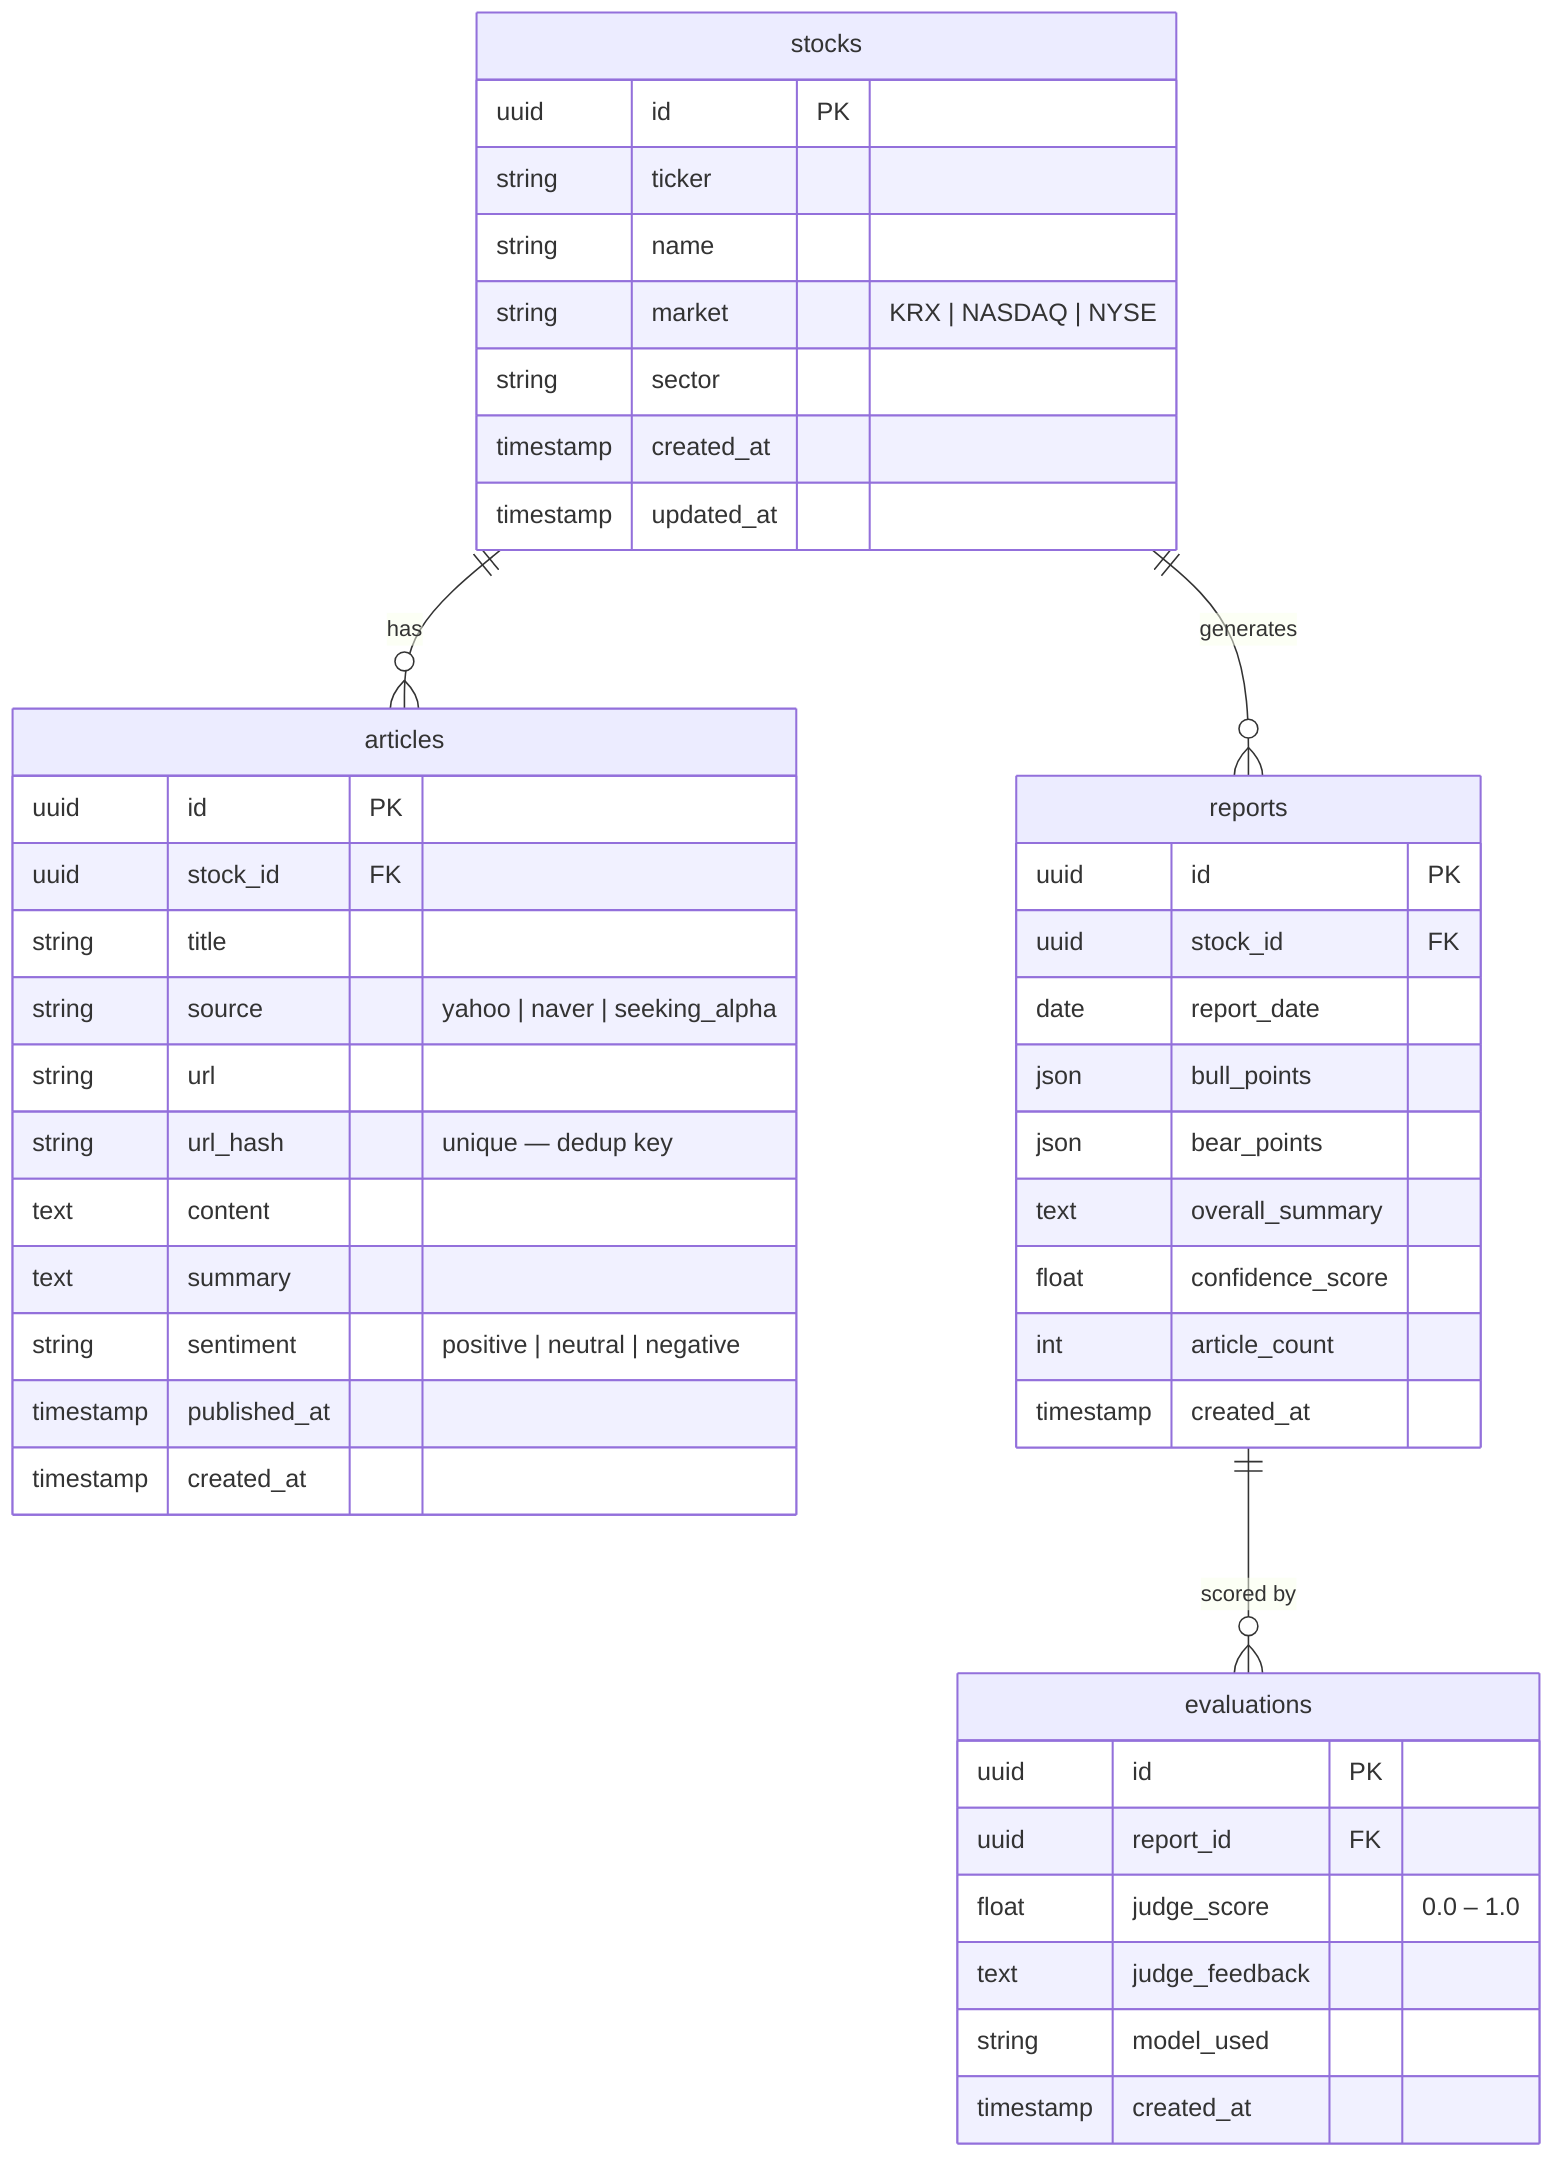
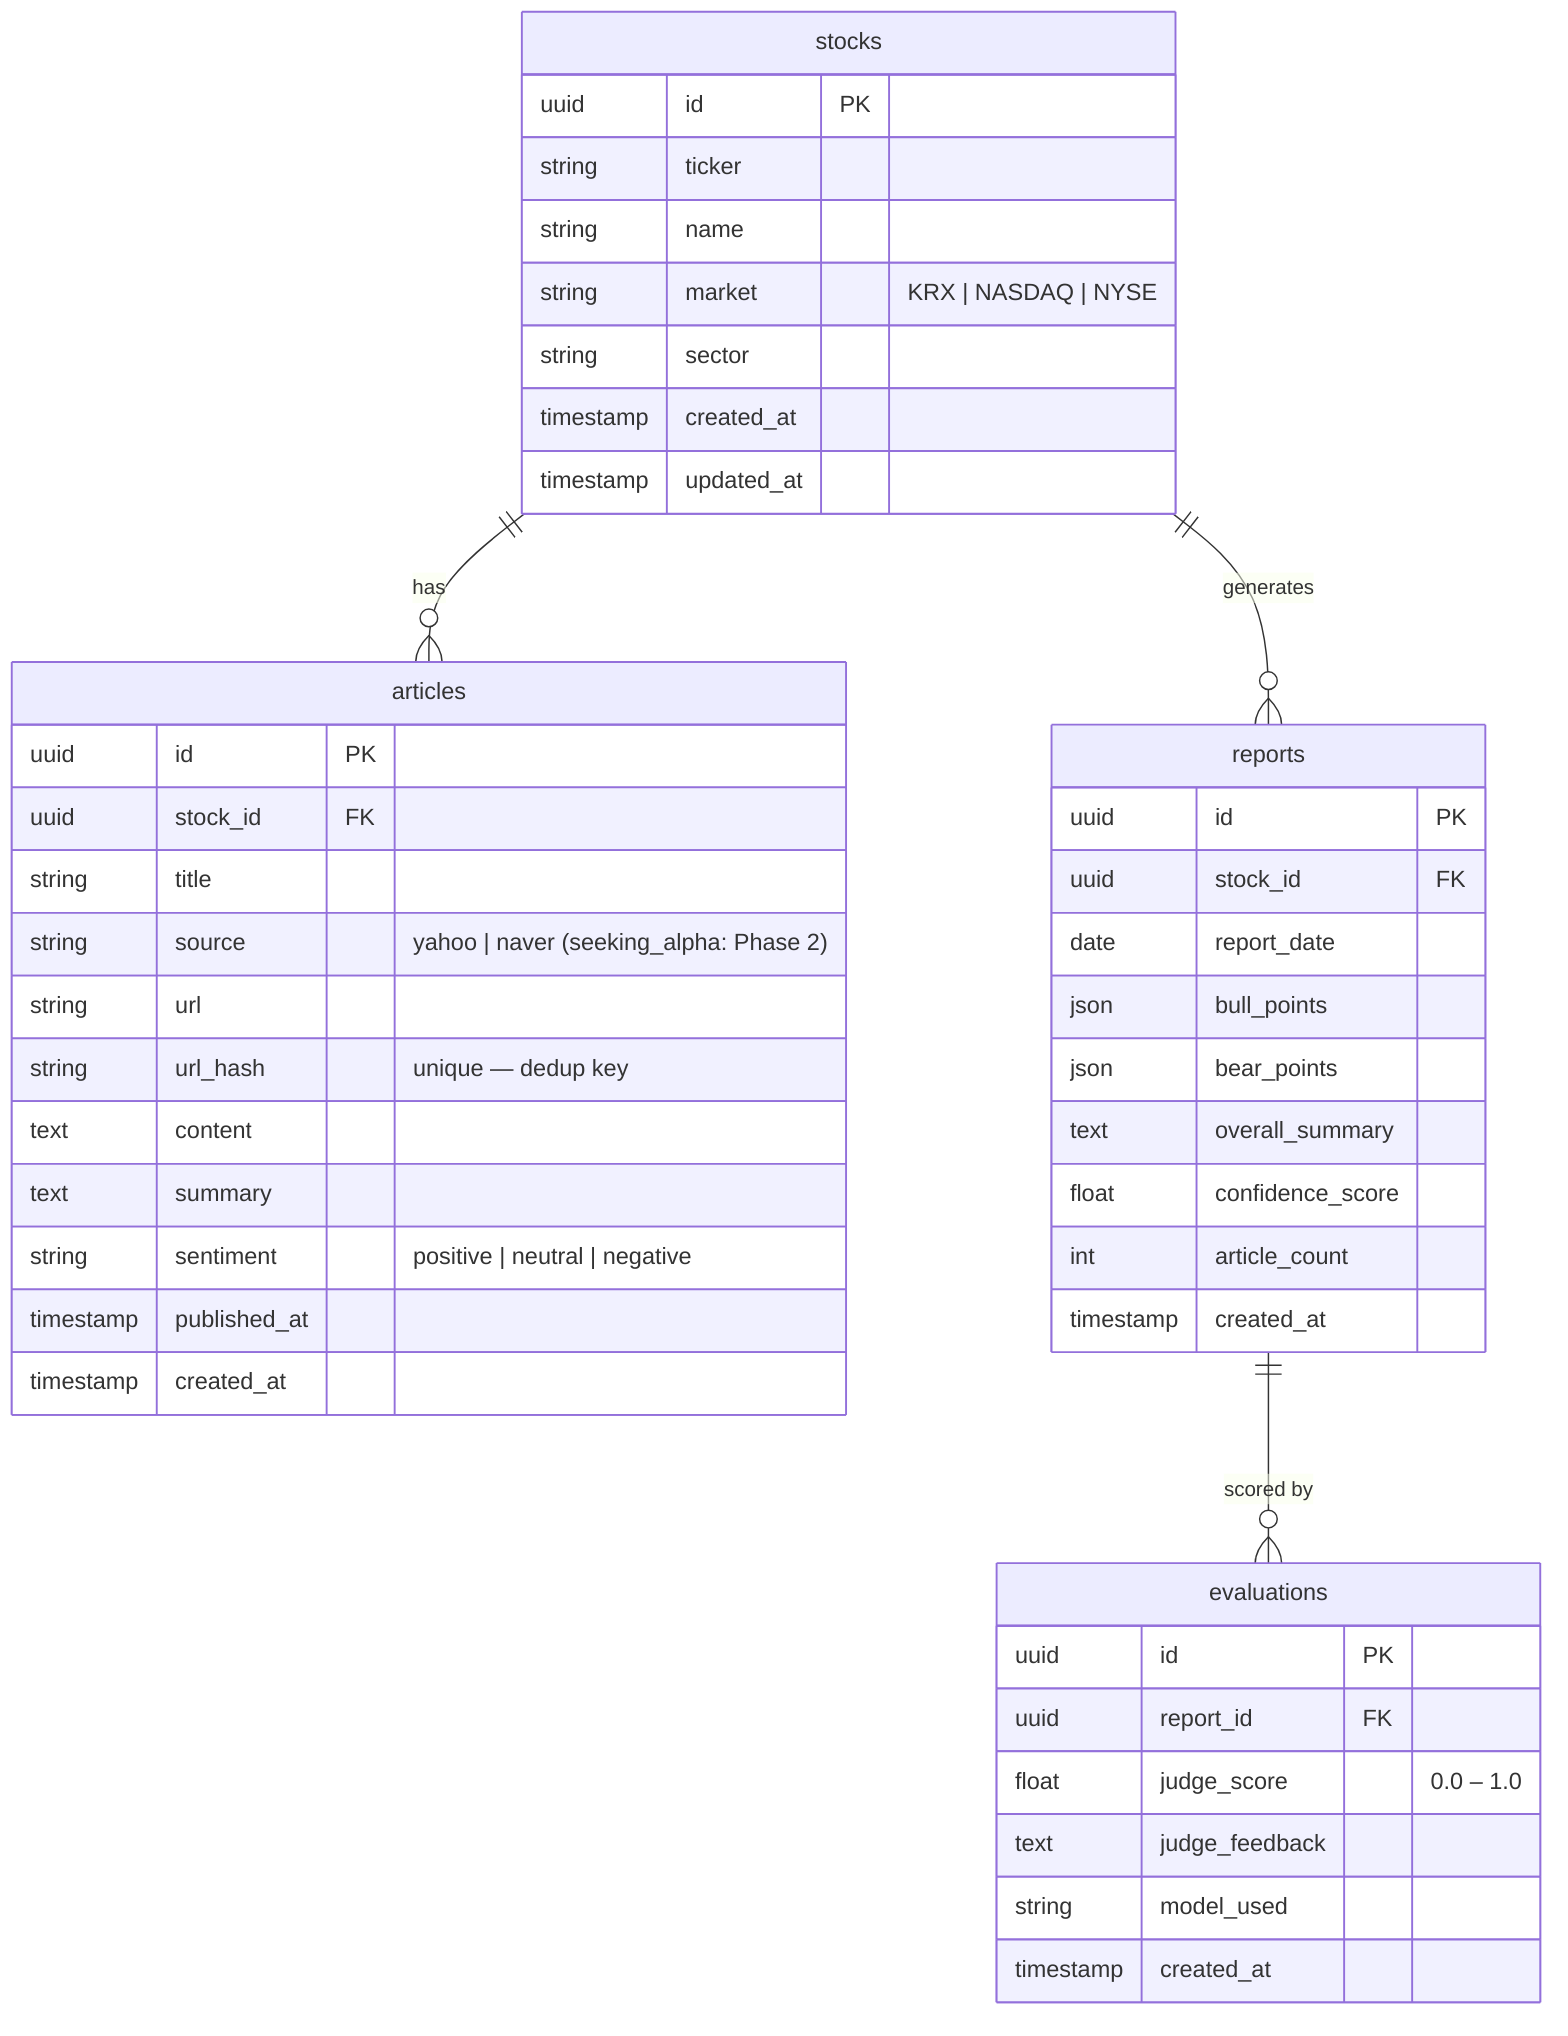
erDiagram
  stocks {
    uuid id PK
    string ticker
    string name
    string market "KRX | NASDAQ | NYSE"
    string sector
    timestamp created_at
    timestamp updated_at
  }

  articles {
    uuid id PK
    uuid stock_id FK
    string title
-     string source "yahoo | naver | seeking_alpha"
+     string source "yahoo | naver (seeking_alpha: Phase 2)"
    string url
    string url_hash "unique — dedup key"
    text content
    text summary
    string sentiment "positive | neutral | negative"
    timestamp published_at
    timestamp created_at
  }

  reports {
    uuid id PK
    uuid stock_id FK
    date report_date
    json bull_points
    json bear_points
    text overall_summary
    float confidence_score
    int article_count
    timestamp created_at
  }

  evaluations {
    uuid id PK
    uuid report_id FK
    float judge_score "0.0 – 1.0"
    text judge_feedback
    string model_used
    timestamp created_at
  }

  stocks ||--o{ articles : "has"
  stocks ||--o{ reports : "generates"
  reports ||--o{ evaluations : "scored by"
